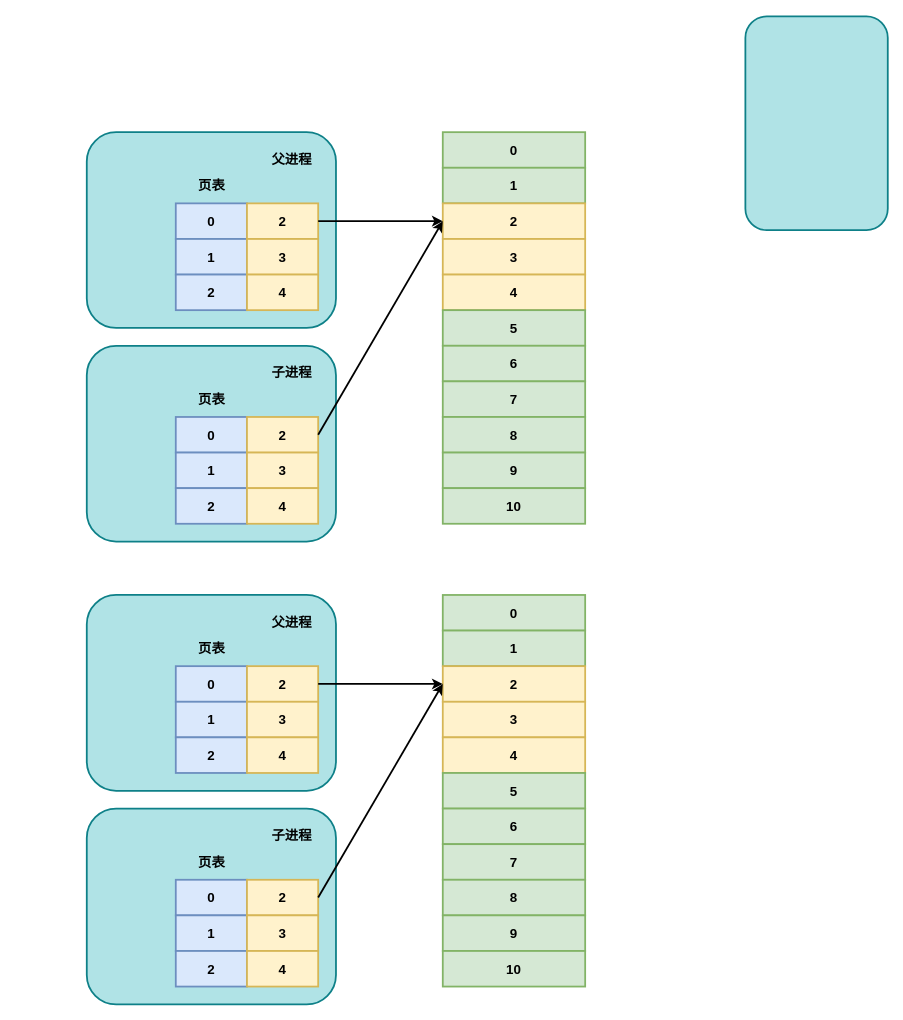
This is os/copy-on-write-1.drawio from donscoco/diagrams, a draw.io file, before an edit. Source tidied: cells renumbered, new cells numbered last; positions are measured from the earlier drawing's top-left corner, leaving out a move shared by most shapes. Both pictures are drawn from the tidied source at 89%, with x=0, y=0 at pixel (86, 16).
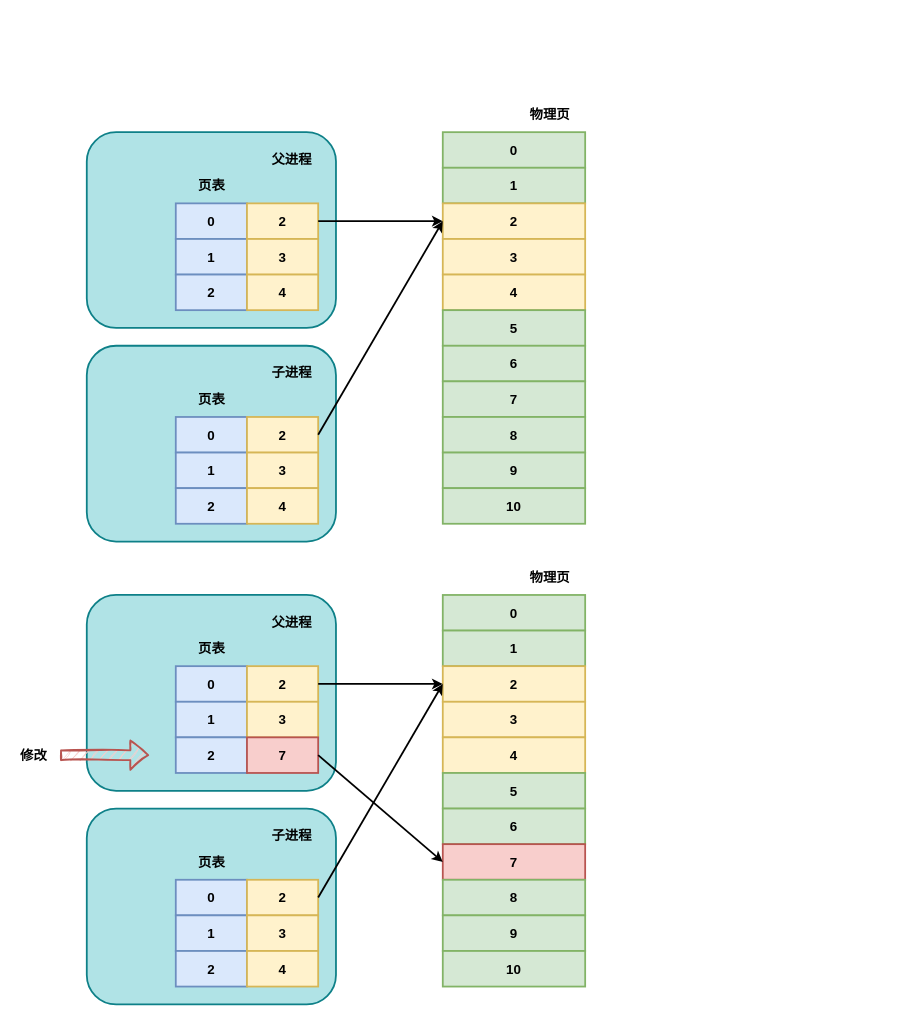
The same page after the edit.

The edit, as a diff of the source:
```diff
@@
-    <mxCell id="6" style="rounded=1;whiteSpace=wrap;html=1;strokeWidth=2;fillWeight=4;hachureGap=8;hachureAngle=45;fillColor=#b0e3e6;strokeColor=#0e8088;fontSize=15;fontStyle=1;" parent="1" vertex="1">
-      <mxGeometry x="740" width="160" height="240" as="geometry" />
-    </mxCell>
@@
-    <mxCell id="51" value="4" style="rounded=0;whiteSpace=wrap;html=1;strokeWidth=2;fillWeight=4;hachureGap=8;hachureAngle=45;fillColor=#fff2cc;strokeColor=#d6b656;fontSize=15;fontStyle=1;" parent="1" vertex="1">
+    <mxCell id="51" value="7" style="rounded=0;whiteSpace=wrap;html=1;strokeWidth=2;fillWeight=4;hachureGap=8;hachureAngle=45;fillColor=#f8cecc;strokeColor=#b85450;fontSize=15;fontStyle=1;" parent="1" vertex="1">
       <mxGeometry x="180" y="810" width="80" height="40" as="geometry" />
     </mxCell>
@@
-    <mxCell id="57" value="7" style="rounded=0;whiteSpace=wrap;html=1;strokeWidth=2;fillWeight=4;hachureGap=8;hachureAngle=45;fillColor=#d5e8d4;strokeColor=#82b366;fontSize=15;fontStyle=1;" parent="1" vertex="1">
+    <mxCell id="57" value="7" style="rounded=0;whiteSpace=wrap;html=1;strokeWidth=2;fillWeight=4;hachureGap=8;hachureAngle=45;fillColor=#f8cecc;strokeColor=#b85450;fontSize=15;fontStyle=1;" parent="1" vertex="1">
       <mxGeometry x="400" y="930" width="160" height="40" as="geometry" />
     </mxCell>
@@
+    <mxCell id="65" style="endArrow=classic;html=1;rounded=0;strokeWidth=2;exitX=1;exitY=0.5;exitDx=0;exitDy=0;entryX=0;entryY=0.5;entryDx=0;entryDy=0;" parent="1" edge="1" source="51" target="57">
+      <mxGeometry relative="1" as="geometry" />
+    </mxCell>
+    <mxCell id="66" style="shape=flexArrow;endArrow=classic;html=1;rounded=0;strokeWidth=2;sketch=1;curveFitting=1;jiggle=2;fillColor=#f8cecc;strokeColor=#b85450;gradientColor=none;fillStyle=auto;" parent="1" edge="1">
+      <mxGeometry relative="1" as="geometry">
+        <mxPoint x="-30" y="830" as="sourcePoint" />
+        <mxPoint x="70" y="830" as="targetPoint" />
+      </mxGeometry>
+    </mxCell>
+    <mxCell id="67" value="修改" style="text;strokeColor=none;fillColor=none;html=1;fontSize=15;fontStyle=1;verticalAlign=middle;align=center;rounded=0;" parent="1" vertex="1">
+      <mxGeometry x="-80" y="810" width="40" height="40" as="geometry" />
+    </mxCell>
+    <mxCell id="68" value="物理页" style="text;strokeColor=none;fillColor=none;html=1;fontSize=15;fontStyle=1;verticalAlign=middle;align=center;rounded=0;" parent="1" vertex="1">
+      <mxGeometry x="480" y="610" width="80" height="40" as="geometry" />
+    </mxCell>
+    <mxCell id="69" value="物理页" style="text;strokeColor=none;fillColor=none;html=1;fontSize=15;fontStyle=1;verticalAlign=middle;align=center;rounded=0;" parent="1" vertex="1">
+      <mxGeometry x="480" y="90" width="80" height="40" as="geometry" />
+    </mxCell>
```
